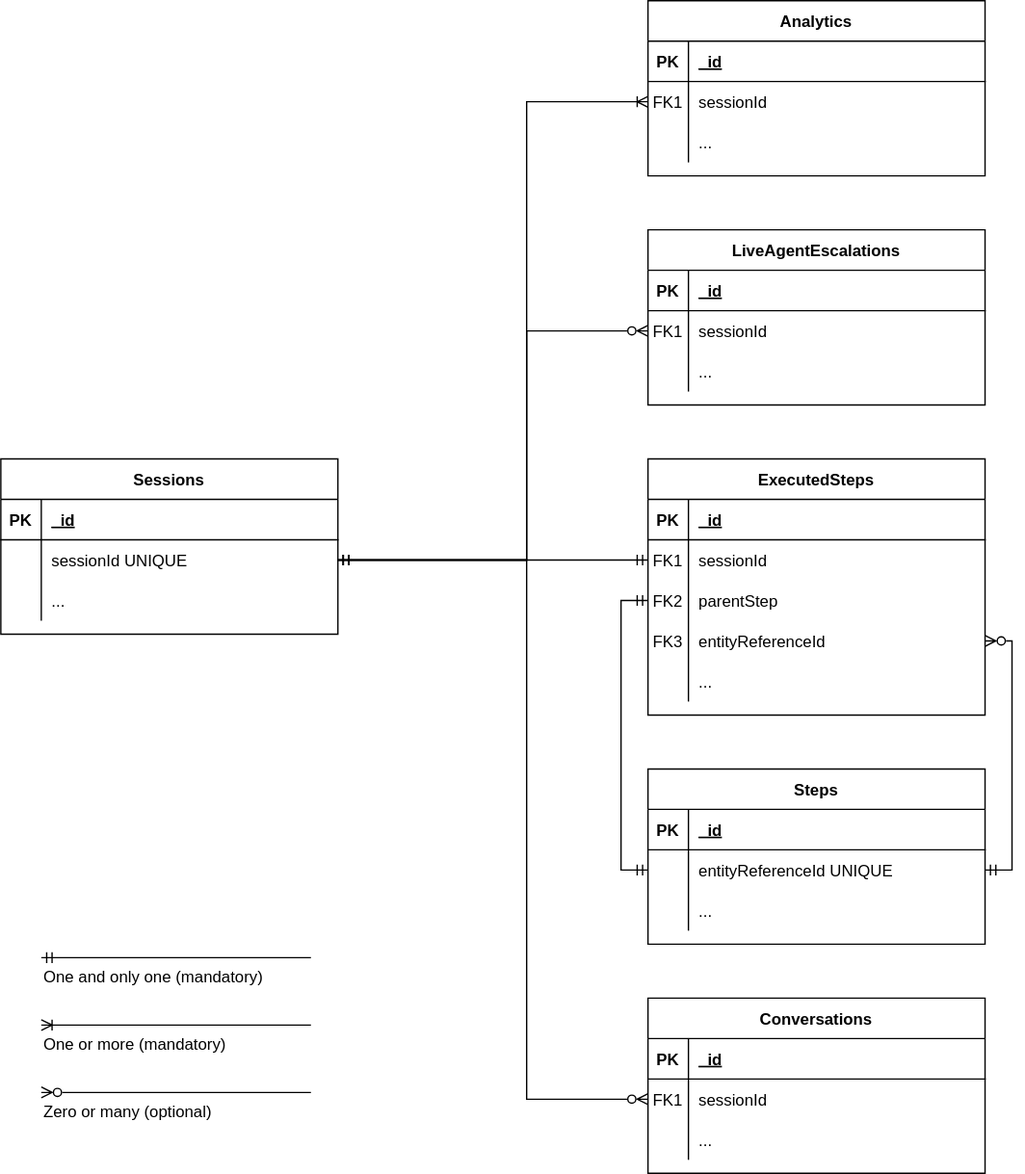
Above: docs/_assets/ai/analyze/insights-odata-entities.drawio.svg in Cognigy/Documentation (draw.io), before the change. Source tidied: cells renumbered, new cells last; positions are measured from the earlier drawing's top-left corner, leaving out a move shared by most shapes.
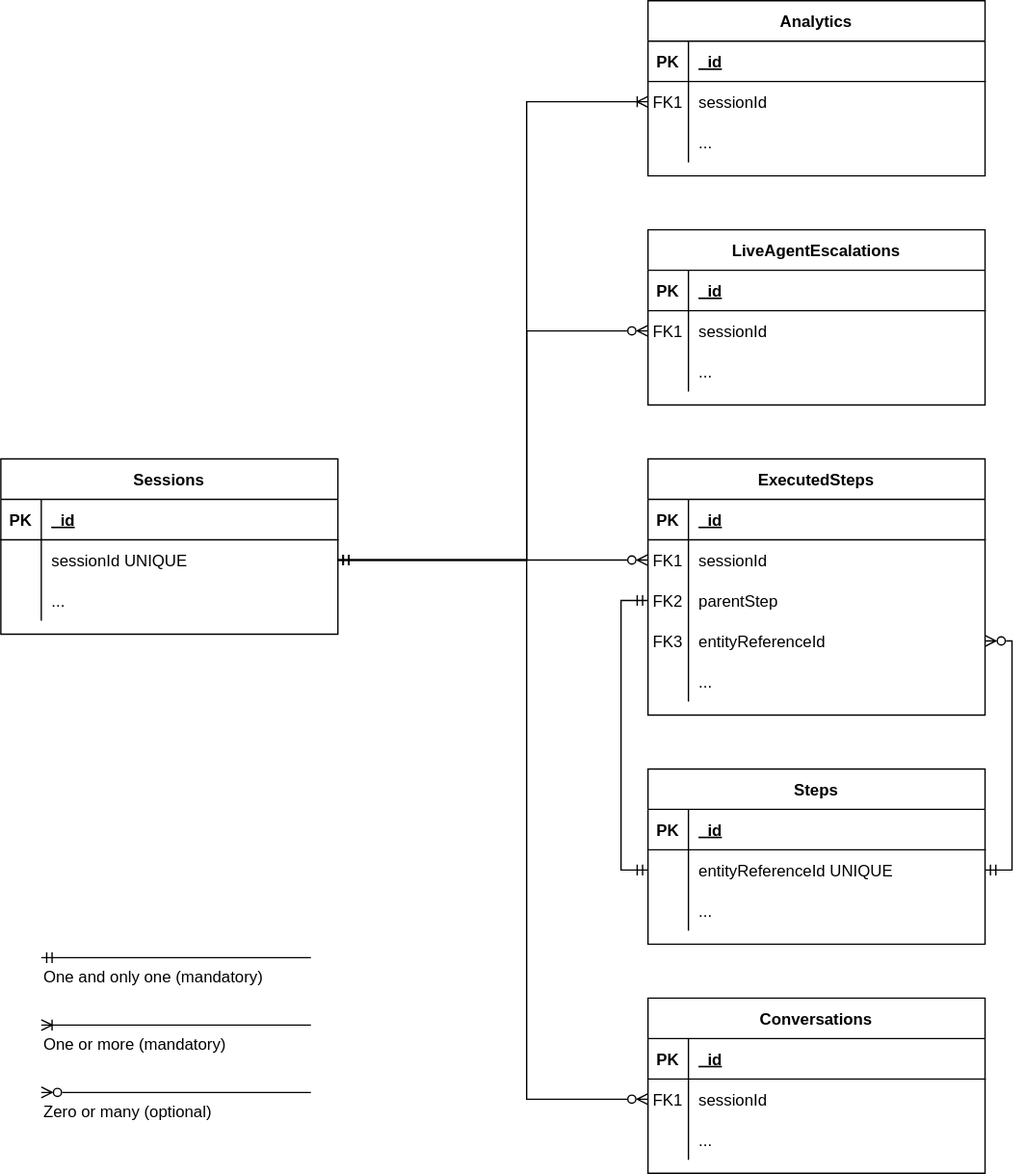
After the commit.

Commit message:
Fixed odata er diagram for the ExecutedSteps

Change to the diagram source:
```diff
@@ -92,7 +92,7 @@
     <mxCell id="31" value="..." style="shape=partialRectangle;overflow=hidden;fillColor=none;top=0;left=0;bottom=0;right=0;align=left;spacingLeft=6;" parent="29" vertex="1">
       <mxGeometry x="30" width="220" height="30" as="geometry" />
     </mxCell>
-    <mxCell id="32" style="edgeStyle=orthogonalEdgeStyle;rounded=0;jettySize=auto;html=1;exitX=0;exitY=0.5;exitDx=0;exitDy=0;endArrow=ERmandOne;endFill=0;startArrow=ERmandOne;startFill=0;" parent="1" edge="1" source="37" target="66">
+    <mxCell id="32" style="edgeStyle=orthogonalEdgeStyle;rounded=0;jettySize=auto;html=1;exitX=0;exitY=0.5;exitDx=0;exitDy=0;endArrow=ERmandOne;endFill=0;startArrow=ERzeroToMany;startFill=0;" parent="1" edge="1" source="37" target="66">
       <mxGeometry relative="1" as="geometry" />
     </mxCell>
     <mxCell id="33" value="ExecutedSteps" style="shape=table;startSize=30;rowLines=0;fontStyle=1;align=center;" parent="1" vertex="1">
```
